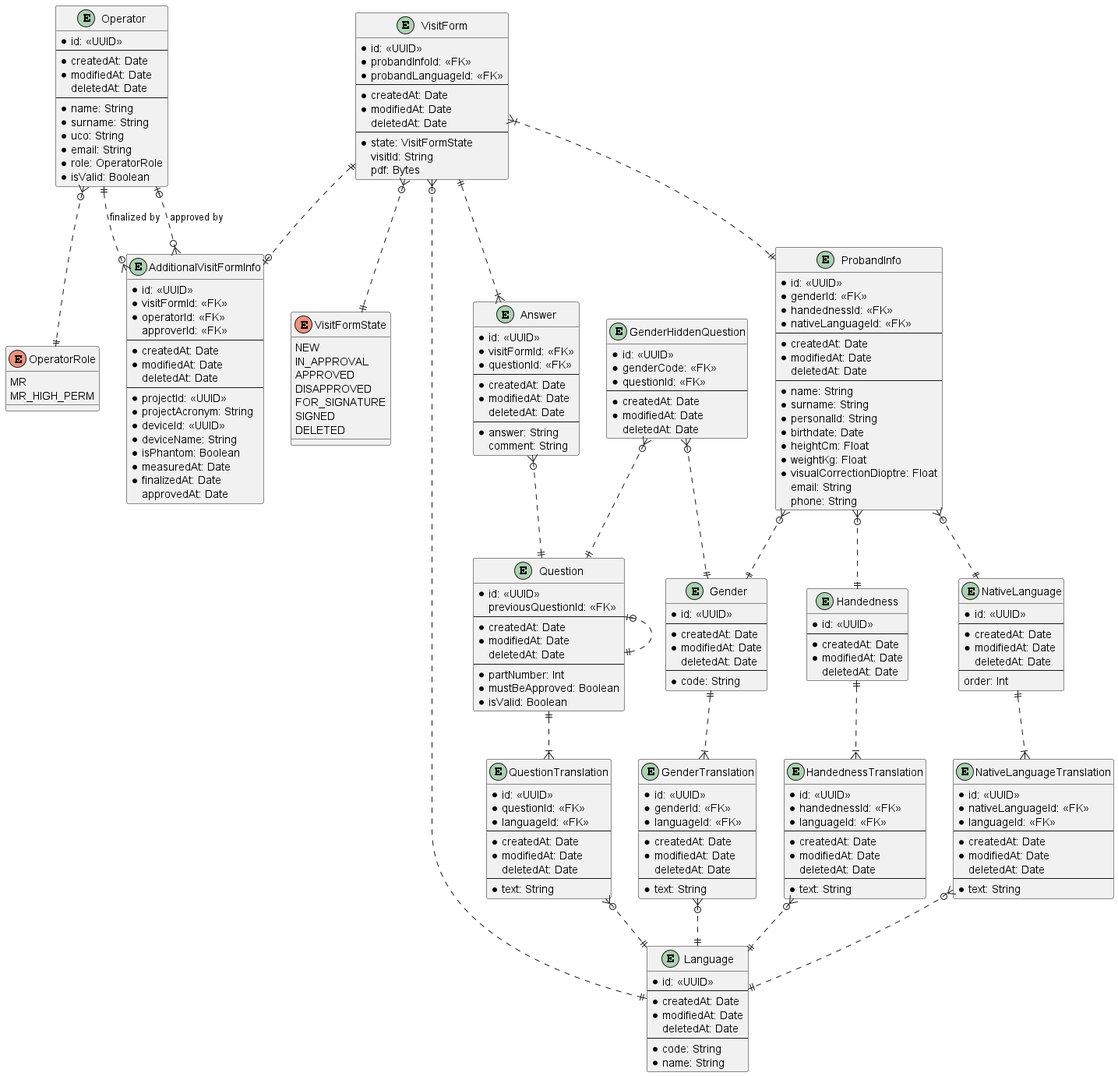
lukas-kratochvil/mafil-proband-safety-questionnaire keeps this PlantUML diagram as backend/docs/ProbandSafetyQuestionnaire.png. Above is the earlier version. Source of this version:
```plantuml
@startuml ProbandSafetyQuestionnaire

entity Operator {
  * id: <<UUID>>
  ---
  * createdAt: Date
  * modifiedAt: Date
  deletedAt: Date
  ---
  * name: String
  * surname: String
  * uco: String
  * email: String
  * role: OperatorRole
  * isValid: Boolean
}

enum OperatorRole {
  MR
  MR_HIGH_PERM
}

entity VisitForm {
  * id: <<UUID>>
  * probandInfoId: <<FK>>
  * probandLanguageId: <<FK>>
  ---
  * createdAt: Date
  * modifiedAt: Date
  deletedAt: Date
  ---
  * state: VisitFormState
  visitId: String
  pdf: Bytes
}

enum VisitFormState {
  NEW
  IN_APPROVAL
  APPROVED
  DISAPPROVED
  FOR_SIGNATURE
  SIGNED
  DELETED
}

entity AdditionalVisitFormInfo {
  * id: <<UUID>>
  * visitFormId: <<FK>>
  * operatorId: <<FK>>
  approverId: <<FK>>
  ---
  * createdAt: Date
  * modifiedAt: Date
  deletedAt: Date
  ---
  * projectId: <<UUID>>
  * projectAcronym: String
  * deviceId: <<UUID>>
  * deviceName: String
  * isPhantom: Boolean
  * measuredAt: Date
  * finalizedAt: Date
  approvedAt: Date
}

entity ProbandInfo {
  * id: <<UUID>>
  * genderId: <<FK>>
  * handednessId: <<FK>>
  * nativeLanguageId: <<FK>>
  ---
  * createdAt: Date
  * modifiedAt: Date
  deletedAt: Date
  ---
  * name: String
  * surname: String
  * personalId: String
  * birthdate: Date
  * heightCm: Float
  * weightKg: Float
  * visualCorrectionDioptre: Float
  email: String
  phone: String
}

entity Answer {
  * id: <<UUID>>
  * visitFormId: <<FK>>
  * questionId: <<FK>>
  ---
  * createdAt: Date
  * modifiedAt: Date
  deletedAt: Date
  ---
  * answer: String
  comment: String
}

entity Question {
  * id: <<UUID>>
  previousQuestionId: <<FK>>
  ---
  * createdAt: Date
  * modifiedAt: Date
  deletedAt: Date
  ---
  * partNumber: Int
  * mustBeApproved: Boolean
  * isValid: Boolean
}

entity QuestionTranslation {
  * id: <<UUID>>
  * questionId: <<FK>>
  * languageId: <<FK>>
  ---
  * createdAt: Date
  * modifiedAt: Date
  deletedAt: Date
  ---
  * text: String
}

entity GenderHiddenQuestion {
  * id: <<UUID>>
  * genderCode: <<FK>>
  * questionId: <<FK>>
  ---
  * createdAt: Date
  * modifiedAt: Date
  deletedAt: Date
}

entity Gender {
  * id: <<UUID>>
  ---
  * createdAt: Date
  * modifiedAt: Date
  deletedAt: Date
  ---
  * code: String
}

entity GenderTranslation {
  * id: <<UUID>>
  * genderId: <<FK>>
  * languageId: <<FK>>
  ---
  * createdAt: Date
  * modifiedAt: Date
  deletedAt: Date
  ---
  * text: String
}

entity Handedness {
  * id: <<UUID>>
  ---
  * createdAt: Date
  * modifiedAt: Date
  deletedAt: Date
}

entity HandednessTranslation {
  * id: <<UUID>>
  * handednessId: <<FK>>
  * languageId: <<FK>>
  ---
  * createdAt: Date
  * modifiedAt: Date
  deletedAt: Date
  ---
  * text: String
}

entity NativeLanguage {
  * id: <<UUID>>
  ---
  * createdAt: Date
  * modifiedAt: Date
  deletedAt: Date
  ---
  order: Int
}

entity NativeLanguageTranslation {
  * id: <<UUID>>
  * nativeLanguageId: <<FK>>
  * languageId: <<FK>>
  ---
  * createdAt: Date
  * modifiedAt: Date
  deletedAt: Date
  ---
  * text: String
}

entity Language {
  * id: <<UUID>>
  ---
  * createdAt: Date
  * modifiedAt: Date
  deletedAt: Date
  ---
  * code: String
  * name: String
}

Operator }o..|| OperatorRole
Operator ||..o{ AdditionalVisitFormInfo : finalized by
Operator |o..o{ AdditionalVisitFormInfo : approved by
VisitForm }o..|| VisitFormState
VisitForm ||..o| AdditionalVisitFormInfo
VisitForm }|..|| ProbandInfo
VisitForm ||..|{ Answer
VisitForm }o..|| Language
Answer }o..|| Question
Question |o..|| Question
Question ||..|{ QuestionTranslation
QuestionTranslation }o..|| Language
ProbandInfo }o..|| Gender
ProbandInfo }o..|| Handedness
ProbandInfo }o..|| NativeLanguage
GenderHiddenQuestion }o..|| Gender
GenderHiddenQuestion }o..|| Question
Gender ||..|{ GenderTranslation
GenderTranslation }o..|| Language
Handedness ||..|{ HandednessTranslation
HandednessTranslation }o..|| Language
NativeLanguage ||..|{ NativeLanguageTranslation
NativeLanguageTranslation }o..|| Language

@enduml
```
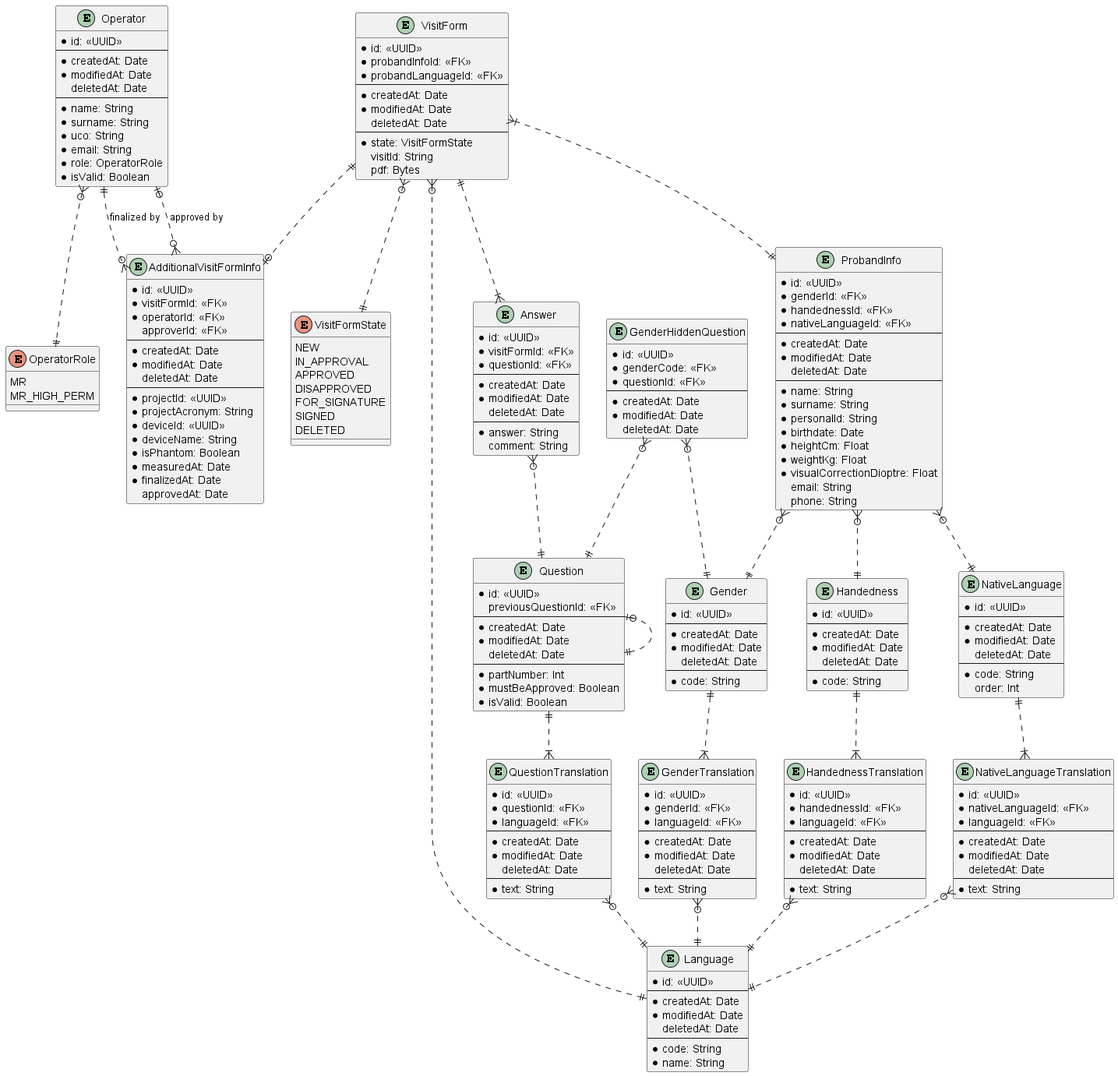
The same file after the commit.

Commit message:
feat: added code attribute to Handedness and NativeLanguage entities

Change to the diagram source:
```diff
@@ -161,6 +161,8 @@
   * createdAt: Date
   * modifiedAt: Date
   deletedAt: Date
+  ---
+  * code: String
 }
 
 entity HandednessTranslation {
@@ -182,6 +184,7 @@
   * modifiedAt: Date
   deletedAt: Date
   ---
+  * code: String
   order: Int
 }
 
```
